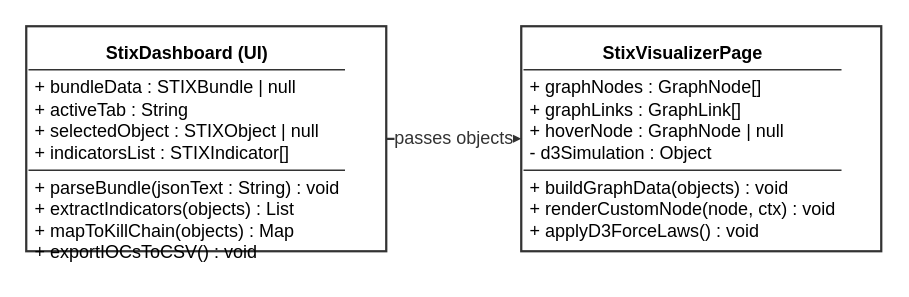
Before: rapport-pfe/assets/s3_class.drawio in jb-brahim/predictra-threat-map, a draw.io diagram. Source tidied: cells renumbered, new cells numbered last; positions are measured from the earlier drawing's top-left corner, leaving out a move shared by most shapes. Both pictures are drawn from the tidied source at 150%, with x=0, y=0 at pixel (26, 26).
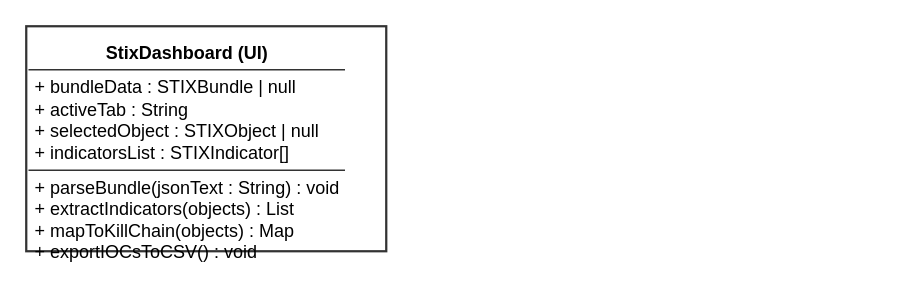
After the change.

The edit, as a diff of the source:
```diff
@@
 <mxGraphModel>
   <root>
     <mxCell id="0" />
     <mxCell id="1" parent="0" />
     <mxCell id="2" value="&lt;table border=&quot;0&quot; cellPadding=&quot;4&quot; cellSpacing=&quot;0&quot; style=&quot;width: 100%; height: 100%; border-collapse: collapse; font-family: Helvetica; font-size: 12px;&quot;&gt;&lt;tr&gt;&lt;td align=&quot;center&quot; style=&quot;border-bottom: 1px solid #333333;&quot;&gt;&lt;b&gt;StixDashboard (UI)&lt;/b&gt;&lt;/td&gt;&lt;/tr&gt;&lt;tr&gt;&lt;td align=&quot;left&quot; style=&quot;border-bottom: 1px solid #333333;&quot;&gt;+ bundleData : STIXBundle | null&lt;br&gt;+ activeTab : String&lt;br&gt;+ selectedObject : STIXObject | null&lt;br&gt;+ indicatorsList : STIXIndicator[]&lt;/td&gt;&lt;/tr&gt;&lt;tr&gt;&lt;td align=&quot;left&quot;&gt;+ parseBundle(jsonText : String) : void&lt;br&gt;+ extractIndicators(objects) : List&lt;br&gt;+ mapToKillChain(objects) : Map&lt;br&gt;+ exportIOCsToCSV() : void&lt;/td&gt;&lt;/tr&gt;&lt;/table&gt;" style="rounded=0;whiteSpace=wrap;html=1;fillColor=#FFFFFF;strokeColor=#333333;strokeWidth=1.5;shadow=0;align=left;verticalAlign=top;" parent="1" vertex="1">
       <mxGeometry width="240" height="150" as="geometry" />
     </mxCell>
-    <mxCell id="3" value="&lt;table border=&quot;0&quot; cellPadding=&quot;4&quot; cellSpacing=&quot;0&quot; style=&quot;width: 100%; height: 100%; border-collapse: collapse; font-family: Helvetica; font-size: 12px;&quot;&gt;&lt;tr&gt;&lt;td align=&quot;center&quot; style=&quot;border-bottom: 1px solid #333333;&quot;&gt;&lt;b&gt;StixVisualizerPage&lt;/b&gt;&lt;/td&gt;&lt;/tr&gt;&lt;tr&gt;&lt;td align=&quot;left&quot; style=&quot;border-bottom: 1px solid #333333;&quot;&gt;+ graphNodes : GraphNode[]&lt;br&gt;+ graphLinks : GraphLink[]&lt;br&gt;+ hoverNode : GraphNode | null&lt;br&gt;- d3Simulation : Object&lt;/td&gt;&lt;/tr&gt;&lt;tr&gt;&lt;td align=&quot;left&quot;&gt;+ buildGraphData(objects) : void&lt;br&gt;+ renderCustomNode(node, ctx) : void&lt;br&gt;+ applyD3ForceLaws() : void&lt;/td&gt;&lt;/tr&gt;&lt;/table&gt;" style="rounded=0;whiteSpace=wrap;html=1;fillColor=#FFFFFF;strokeColor=#333333;strokeWidth=1.5;shadow=0;align=left;verticalAlign=top;" parent="1" vertex="1">
-      <mxGeometry x="330" width="240" height="150" as="geometry" />
-    </mxCell>
-    <mxCell id="4" value="passes objects" style="edgeStyle=orthogonalEdgeStyle;rounded=1;jettySize=auto;html=1;exitX=1;exitY=0.5;exitDx=0;exitDy=0;entryX=0;entryY=0.5;entryDx=0;entryDy=0;strokeColor=#333333;strokeWidth=1.5;endArrow=block;fontColor=#333333;fontSize=12;fontWeight=bold;labelBackgroundColor=#FFFFFF;" parent="1" edge="1" source="2" target="3">
-      <mxGeometry relative="1" as="geometry" />
-    </mxCell>
   </root>
 </mxGraphModel>
```
